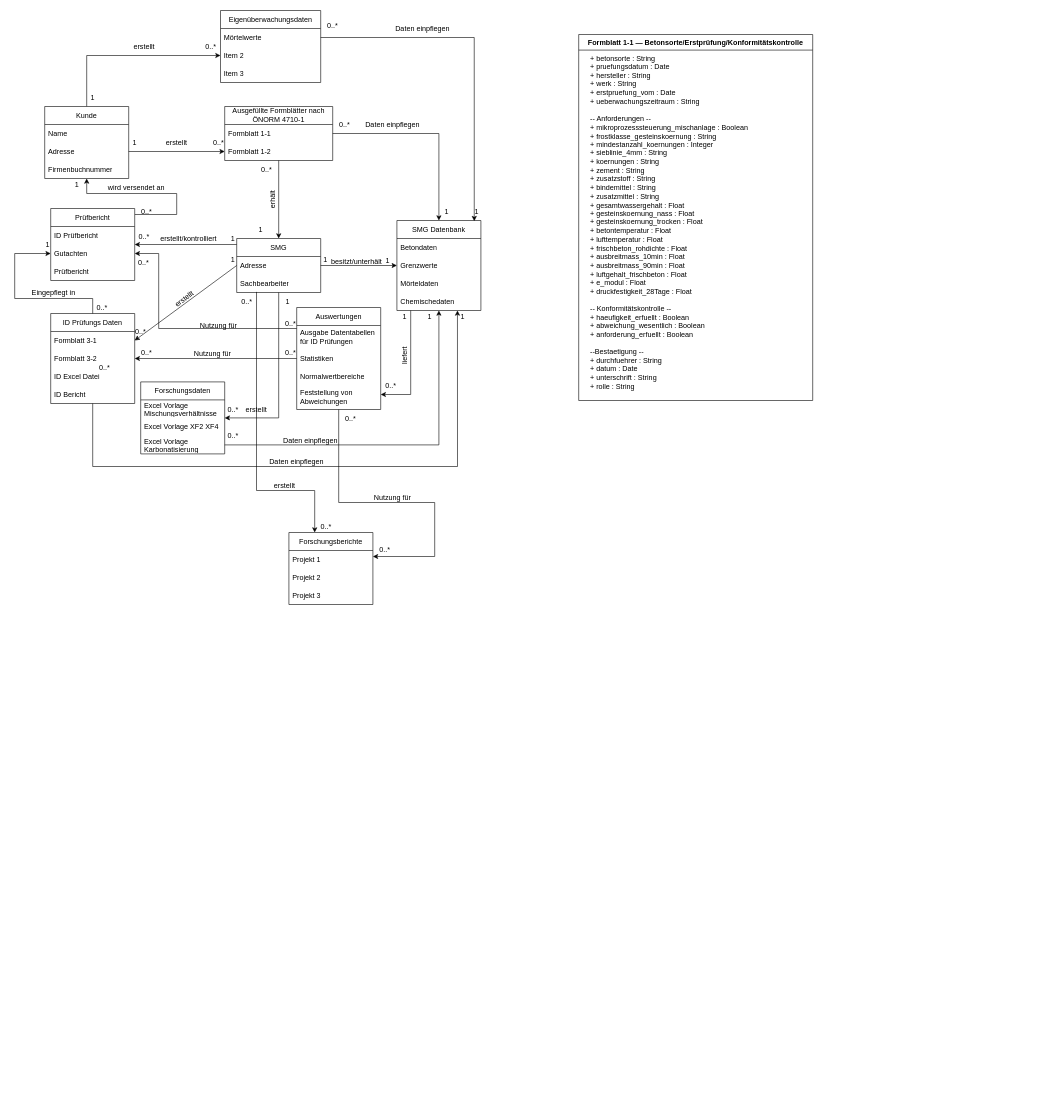
The draw.io diagram Unbenanntes Diagramm.drawio in TManninger-smg/Datenmodellierung, before the edit. Source tidied: cells renumbered, new cells numbered last; positions are measured from the earlier drawing's top-left corner, leaving out a move shared by most shapes. Both pictures are drawn from the tidied source at 60%, with x=0, y=0 at pixel (14, 10).
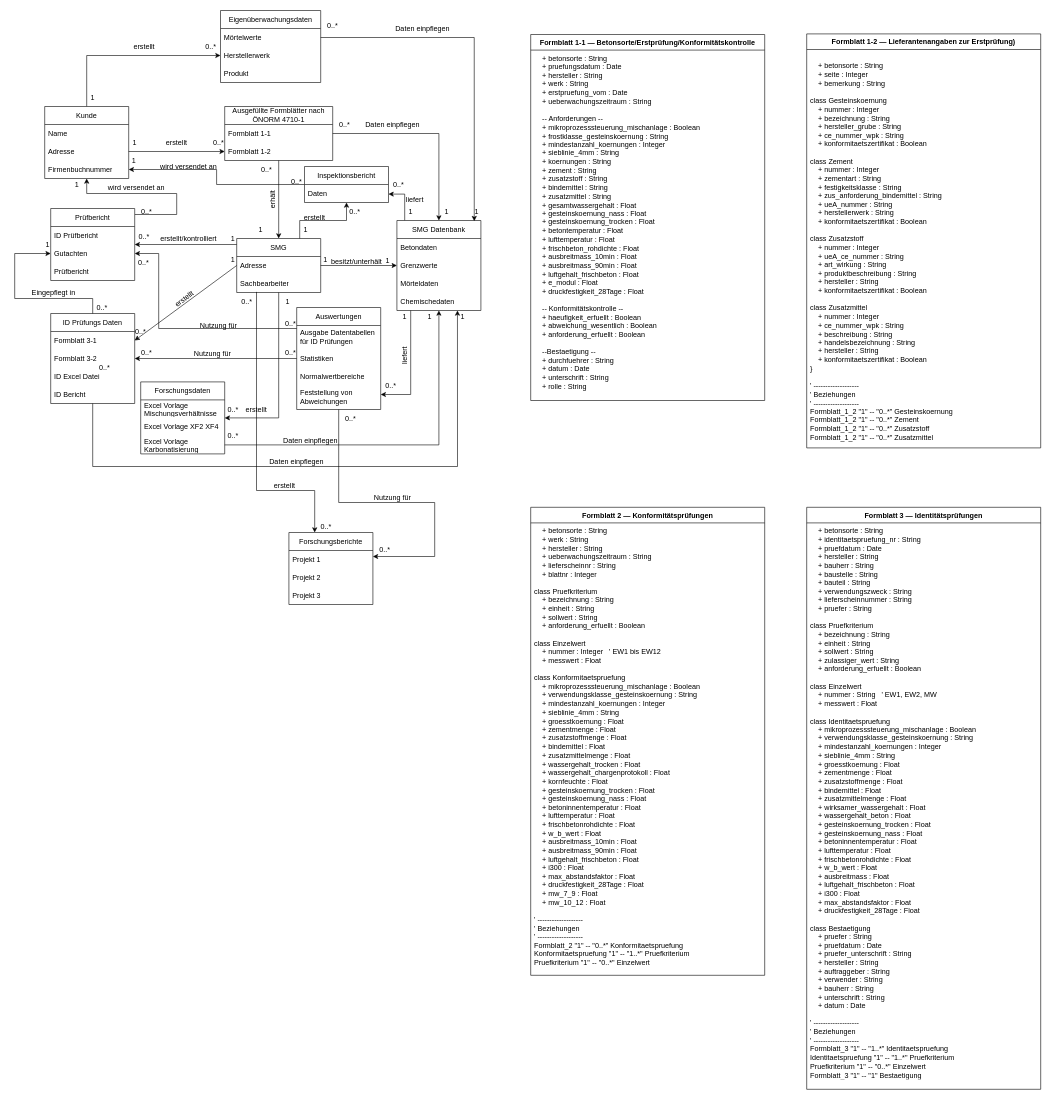
The same page after the edit.

Commit message:
Datenmodellierung_SMG

The change refers to these unchanged cells:
```xml
<mxCell id="6" value="Firmenbuchnummer" style="text;strokeColor=none;fillColor=none;align=left;verticalAlign=middle;spacingLeft=4;spacingRight=4;overflow=hidden;points=[[0,0.5],[1,0.5]];portConstraint=eastwest;whiteSpace=wrap;html=1;" parent="3" vertex="1">
  <mxGeometry y="90" width="140" height="30" as="geometry" />
</mxCell>
<mxCell id="13" value="SMG" style="swimlane;fontStyle=0;horizontal=1;startSize=30;whiteSpace=wrap;html=1;" parent="1" vertex="1">
  <mxGeometry x="370" y="380" width="140" height="90" as="geometry" />
</mxCell>
<mxCell id="35" value="SMG Datenbank" style="swimlane;fontStyle=0;horizontal=1;startSize=30;whiteSpace=wrap;html=1;" parent="1" vertex="1">
  <mxGeometry x="637" y="350" width="140" height="150" as="geometry" />
</mxCell>
<mxCell id="106" value="Eigenüberwachungsdaten" style="swimlane;fontStyle=0;horizontal=1;startSize=30;whiteSpace=wrap;html=1;" parent="1" vertex="1">
  <mxGeometry x="343" width="167" height="120" as="geometry" />
</mxCell>
```

Change to the diagram source:
```diff
@@
+    <mxCell id="117" style="edgeStyle=orthogonalEdgeStyle;rounded=0;jettySize=auto;html=1;" parent="1" edge="1" source="35" target="120">
+      <mxGeometry relative="1" as="geometry">
+        <Array as="points">
+          <mxPoint x="650" y="306" />
+        </Array>
+      </mxGeometry>
+    </mxCell>
@@
+    <mxCell id="118" style="edgeStyle=orthogonalEdgeStyle;rounded=0;jettySize=auto;html=1;exitX=0.75;exitY=0;exitDx=0;exitDy=0;" parent="1" edge="1" source="13" target="120">
+      <mxGeometry relative="1" as="geometry" />
+    </mxCell>
@@
     <mxCell id="83" value="Formblatt 1-1&amp;nbsp;― Betonsorte/Erstprüfung/Konformitätskontrolle" style="swimlane;fontStyle=1;align=center;verticalAlign=top;horizontal=1;startSize=26;whiteSpace=wrap;html=1;" parent="1" vertex="1">
-      <mxGeometry x="940" y="40" width="390" height="610" as="geometry" />
+      <mxGeometry x="860" y="40" width="390" height="610" as="geometry" />
     </mxCell>
@@
-    <mxCell id="108" value="Item 2" style="text;strokeColor=none;fillColor=none;align=left;verticalAlign=middle;spacingLeft=4;spacingRight=4;overflow=hidden;points=[[0,0.5],[1,0.5]];portConstraint=eastwest;whiteSpace=wrap;html=1;" parent="106" vertex="1">
+    <mxCell id="108" value="Herstellerwerk" style="text;strokeColor=none;fillColor=none;align=left;verticalAlign=middle;spacingLeft=4;spacingRight=4;overflow=hidden;points=[[0,0.5],[1,0.5]];portConstraint=eastwest;whiteSpace=wrap;html=1;" parent="106" vertex="1">
       <mxGeometry y="60" width="167" height="30" as="geometry" />
     </mxCell>
-    <mxCell id="109" value="Item 3" style="text;strokeColor=none;fillColor=none;align=left;verticalAlign=middle;spacingLeft=4;spacingRight=4;overflow=hidden;whiteSpace=wrap;html=1;" parent="106" vertex="1">
+    <mxCell id="109" value="Produkt" style="text;strokeColor=none;fillColor=none;align=left;verticalAlign=middle;spacingLeft=4;spacingRight=4;overflow=hidden;whiteSpace=wrap;html=1;" parent="106" vertex="1">
       <mxGeometry y="90" width="167" height="30" as="geometry" />
     </mxCell>
@@
+    <mxCell id="119" style="edgeStyle=orthogonalEdgeStyle;rounded=0;jettySize=auto;html=1;" parent="1" edge="1" source="120" target="6">
+      <mxGeometry relative="1" as="geometry" />
+    </mxCell>
+    <mxCell id="120" value="Inspektionsbericht" style="swimlane;fontStyle=0;horizontal=1;startSize=30;whiteSpace=wrap;html=1;" parent="1" vertex="1">
+      <mxGeometry x="483" y="260" width="140" height="60" as="geometry" />
+    </mxCell>
+    <mxCell id="121" value="Daten" style="text;strokeColor=none;fillColor=none;align=left;verticalAlign=middle;spacingLeft=4;spacingRight=4;overflow=hidden;whiteSpace=wrap;html=1;" parent="120" vertex="1">
+      <mxGeometry y="30" width="140" height="30" as="geometry" />
+    </mxCell>
+    <mxCell id="122" value="erstellt" style="text;html=1;align=center;verticalAlign=middle;whiteSpace=wrap;rounded=0;" parent="1" vertex="1">
+      <mxGeometry x="470" y="330" width="60" height="30" as="geometry" />
+    </mxCell>
+    <mxCell id="123" value="liefert" style="text;html=1;align=center;verticalAlign=middle;whiteSpace=wrap;rounded=0;" parent="1" vertex="1">
+      <mxGeometry x="637" y="300" width="60" height="30" as="geometry" />
+    </mxCell>
+    <mxCell id="124" value="1" style="text;html=1;align=center;verticalAlign=middle;whiteSpace=wrap;rounded=0;" parent="1" vertex="1">
+      <mxGeometry x="630" y="320" width="60" height="30" as="geometry" />
+    </mxCell>
+    <mxCell id="125" value="1" style="text;html=1;align=center;verticalAlign=middle;whiteSpace=wrap;rounded=0;" parent="1" vertex="1">
+      <mxGeometry x="450" y="350" width="70" height="30" as="geometry" />
+    </mxCell>
+    <mxCell id="126" value="0..*" style="text;html=1;align=center;verticalAlign=middle;whiteSpace=wrap;rounded=0;" parent="1" vertex="1">
+      <mxGeometry x="610" y="275" width="60" height="30" as="geometry" />
+    </mxCell>
+    <mxCell id="127" value="0..*" style="text;html=1;align=center;verticalAlign=middle;whiteSpace=wrap;rounded=0;" parent="1" vertex="1">
+      <mxGeometry x="537" y="320" width="60" height="30" as="geometry" />
+    </mxCell>
+    <mxCell id="128" value="wird versendet an" style="text;html=1;align=center;verticalAlign=middle;whiteSpace=wrap;rounded=0;" parent="1" vertex="1">
+      <mxGeometry x="233" y="245" width="114" height="30" as="geometry" />
+    </mxCell>
+    <mxCell id="129" value="0..*" style="text;html=1;align=center;verticalAlign=middle;whiteSpace=wrap;rounded=0;" parent="1" vertex="1">
+      <mxGeometry x="440" y="270" width="60" height="30" as="geometry" />
+    </mxCell>
+    <mxCell id="130" value="1" style="text;html=1;align=center;verticalAlign=middle;whiteSpace=wrap;rounded=0;" parent="1" vertex="1">
+      <mxGeometry x="169" y="235" width="60" height="30" as="geometry" />
+    </mxCell>
+    <mxCell id="131" value="Formblatt 1-2 — Lieferantenangaben zur Erstprüfung)" style="swimlane;fontStyle=1;align=center;verticalAlign=top;horizontal=1;startSize=26;whiteSpace=wrap;html=1;" parent="1" vertex="1">
+      <mxGeometry x="1320" y="39" width="390" height="690" as="geometry" />
+    </mxCell>
+    <mxCell id="132" value="&lt;div&gt;&lt;div&gt;&lt;br&gt;&lt;/div&gt;&lt;div&gt;&amp;nbsp; &amp;nbsp; + betonsorte : String&lt;/div&gt;&lt;div&gt;&amp;nbsp; &amp;nbsp; + seite : Integer&lt;/div&gt;&lt;div&gt;&amp;nbsp; &amp;nbsp; + bemerkung : String&lt;/div&gt;&lt;div&gt;&lt;br&gt;&lt;/div&gt;&lt;div&gt;class Gesteinskoernung&amp;nbsp;&lt;/div&gt;&lt;div&gt;&amp;nbsp; &amp;nbsp; + nummer : Integer&lt;/div&gt;&lt;div&gt;&amp;nbsp; &amp;nbsp; + bezeichnung : String&lt;/div&gt;&lt;div&gt;&amp;nbsp; &amp;nbsp; + hersteller_grube : String&lt;/div&gt;&lt;div&gt;&amp;nbsp; &amp;nbsp; + ce_nummer_wpk : String&lt;/div&gt;&lt;div&gt;&amp;nbsp; &amp;nbsp; + konformitaetszertifikat : Boolean&lt;/div&gt;&lt;div&gt;&lt;br&gt;&lt;/div&gt;&lt;div&gt;class Zement&amp;nbsp;&lt;/div&gt;&lt;div&gt;&amp;nbsp; &amp;nbsp; + nummer : Integer&lt;/div&gt;&lt;div&gt;&amp;nbsp; &amp;nbsp; + zementart : String&lt;/div&gt;&lt;div&gt;&amp;nbsp; &amp;nbsp; + festigkeitsklasse : String&lt;/div&gt;&lt;div&gt;&amp;nbsp; &amp;nbsp; + zus_anforderung_bindemittel : String&lt;/div&gt;&lt;div&gt;&amp;nbsp; &amp;nbsp; + ueA_nummer : String&lt;/div&gt;&lt;div&gt;&amp;nbsp; &amp;nbsp; + herstellerwerk : String&lt;/div&gt;&lt;div&gt;&amp;nbsp; &amp;nbsp; + konformitaetszertifikat : Boolean&lt;/div&gt;&lt;div&gt;&lt;br&gt;&lt;/div&gt;&lt;div&gt;class Zusatzstoff&amp;nbsp;&lt;/div&gt;&lt;div&gt;&amp;nbsp; &amp;nbsp; + nummer : Integer&lt;/div&gt;&lt;div&gt;&amp;nbsp; &amp;nbsp; + ueA_ce_nummer : String&lt;/div&gt;&lt;div&gt;&amp;nbsp; &amp;nbsp; + art_wirkung : String&lt;/div&gt;&lt;div&gt;&amp;nbsp; &amp;nbsp; + produktbeschreibung : String&lt;/div&gt;&lt;div&gt;&amp;nbsp; &amp;nbsp; + hersteller : String&lt;/div&gt;&lt;div&gt;&amp;nbsp; &amp;nbsp; + konformitaetszertifikat : Boolean&lt;/div&gt;&lt;div&gt;&lt;br&gt;&lt;/div&gt;&lt;div&gt;class Zusatzmittel&amp;nbsp;&lt;/div&gt;&lt;div&gt;&amp;nbsp; &amp;nbsp; + nummer : Integer&lt;/div&gt;&lt;div&gt;&amp;nbsp; &amp;nbsp; + ce_nummer_wpk : String&lt;/div&gt;&lt;div&gt;&amp;nbsp; &amp;nbsp; + beschreibung : String&lt;/div&gt;&lt;div&gt;&amp;nbsp; &amp;nbsp; + handelsbezeichnung : String&lt;/div&gt;&lt;div&gt;&amp;nbsp; &amp;nbsp; + hersteller : String&lt;/div&gt;&lt;div&gt;&amp;nbsp; &amp;nbsp; + konformitaetszertifikat : Boolean&lt;/div&gt;&lt;div&gt;}&lt;/div&gt;&lt;div&gt;&lt;br&gt;&lt;/div&gt;&lt;div&gt;' -------------------&lt;/div&gt;&lt;div&gt;' Beziehungen&lt;/div&gt;&lt;div&gt;' -------------------&lt;/div&gt;&lt;div&gt;Formblatt_1_2 &quot;1&quot; -- &quot;0..*&quot; Gesteinskoernung&lt;/div&gt;&lt;div&gt;Formblatt_1_2 &quot;1&quot; -- &quot;0..*&quot; Zement&lt;/div&gt;&lt;div&gt;Formblatt_1_2 &quot;1&quot; -- &quot;0..*&quot; Zusatzstoff&lt;/div&gt;&lt;div&gt;Formblatt_1_2 &quot;1&quot; -- &quot;0..*&quot; Zusatzmittel&lt;/div&gt;&lt;/div&gt;&lt;div&gt;&lt;br&gt;&lt;/div&gt;" style="text;strokeColor=none;fillColor=none;align=left;verticalAlign=top;spacingLeft=4;spacingRight=4;overflow=hidden;whiteSpace=wrap;html=1;" parent="131" vertex="1">
+      <mxGeometry y="26" width="390" height="664" as="geometry" />
+    </mxCell>
+    <mxCell id="133" value="Formblatt 2 — Konformitätsprüfungen" style="swimlane;fontStyle=1;align=center;verticalAlign=top;horizontal=1;startSize=26;whiteSpace=wrap;html=1;" parent="1" vertex="1">
+      <mxGeometry x="860" y="828" width="390" height="780" as="geometry" />
+    </mxCell>
+    <mxCell id="134" value="&lt;div&gt;&lt;div&gt;&amp;nbsp; &amp;nbsp; + betonsorte : String&lt;/div&gt;&lt;div&gt;&amp;nbsp; &amp;nbsp; + werk : String&lt;/div&gt;&lt;div&gt;&amp;nbsp; &amp;nbsp; + hersteller : String&lt;/div&gt;&lt;div&gt;&amp;nbsp; &amp;nbsp; + ueberwachungszeitraum : String&lt;/div&gt;&lt;div&gt;&amp;nbsp; &amp;nbsp; + lieferscheinnr : String&lt;/div&gt;&lt;div&gt;&amp;nbsp; &amp;nbsp; + blattnr : Integer&lt;/div&gt;&lt;div&gt;&lt;br&gt;&lt;/div&gt;&lt;div&gt;class Pruefkriterium&amp;nbsp;&lt;/div&gt;&lt;div&gt;&amp;nbsp; &amp;nbsp; + bezeichnung : String&lt;/div&gt;&lt;div&gt;&amp;nbsp; &amp;nbsp; + einheit : String&lt;/div&gt;&lt;div&gt;&amp;nbsp; &amp;nbsp; + sollwert : String&lt;/div&gt;&lt;div&gt;&amp;nbsp; &amp;nbsp; + anforderung_erfuellt : Boolean&lt;/div&gt;&lt;div&gt;&lt;br&gt;&lt;/div&gt;&lt;div&gt;class Einzelwert&amp;nbsp;&lt;/div&gt;&lt;div&gt;&amp;nbsp; &amp;nbsp; + nummer : Integer&amp;nbsp; &amp;nbsp;' EW1 bis EW12&lt;/div&gt;&lt;div&gt;&amp;nbsp; &amp;nbsp; + messwert : Float&lt;/div&gt;&lt;div&gt;&lt;br&gt;&lt;/div&gt;&lt;div&gt;class Konformitaetspruefung&amp;nbsp;&lt;/div&gt;&lt;div&gt;&amp;nbsp; &amp;nbsp; + mikroprozesssteuerung_mischanlage : Boolean&lt;/div&gt;&lt;div&gt;&amp;nbsp; &amp;nbsp; + verwendungsklasse_gesteinskoernung : String&lt;/div&gt;&lt;div&gt;&amp;nbsp; &amp;nbsp; + mindestanzahl_koernungen : Integer&lt;/div&gt;&lt;div&gt;&amp;nbsp; &amp;nbsp; + sieblinie_4mm : String&lt;/div&gt;&lt;div&gt;&amp;nbsp; &amp;nbsp; + groesstkoernung : Float&lt;/div&gt;&lt;div&gt;&amp;nbsp; &amp;nbsp; + zementmenge : Float&lt;/div&gt;&lt;div&gt;&amp;nbsp; &amp;nbsp; + zusatzstoffmenge : Float&lt;/div&gt;&lt;div&gt;&amp;nbsp; &amp;nbsp; + bindemittel : Float&lt;/div&gt;&lt;div&gt;&amp;nbsp; &amp;nbsp; + zusatzmittelmenge : Float&lt;/div&gt;&lt;div&gt;&amp;nbsp; &amp;nbsp; + wassergehalt_trocken : Float&lt;/div&gt;&lt;div&gt;&amp;nbsp; &amp;nbsp; + wassergehalt_chargenprotokoll : Float&lt;/div&gt;&lt;div&gt;&amp;nbsp; &amp;nbsp; + kornfeuchte : Float&lt;/div&gt;&lt;div&gt;&amp;nbsp; &amp;nbsp; + gesteinskoernung_trocken : Float&lt;/div&gt;&lt;div&gt;&amp;nbsp; &amp;nbsp; + gesteinskoernung_nass : Float&lt;/div&gt;&lt;div&gt;&amp;nbsp; &amp;nbsp; + betoninnentemperatur : Float&lt;/div&gt;&lt;div&gt;&amp;nbsp; &amp;nbsp; + lufttemperatur : Float&lt;/div&gt;&lt;div&gt;&amp;nbsp; &amp;nbsp; + frischbetonrohdichte : Float&lt;/div&gt;&lt;div&gt;&amp;nbsp; &amp;nbsp; + w_b_wert : Float&lt;/div&gt;&lt;div&gt;&amp;nbsp; &amp;nbsp; + ausbreitmass_10min : Float&lt;/div&gt;&lt;div&gt;&amp;nbsp; &amp;nbsp; + ausbreitmass_90min : Float&lt;/div&gt;&lt;div&gt;&amp;nbsp; &amp;nbsp; + luftgehalt_frischbeton : Float&lt;/div&gt;&lt;div&gt;&amp;nbsp; &amp;nbsp; + i300 : Float&lt;/div&gt;&lt;div&gt;&amp;nbsp; &amp;nbsp; + max_abstandsfaktor : Float&lt;/div&gt;&lt;div&gt;&amp;nbsp; &amp;nbsp; + druckfestigkeit_28Tage : Float&lt;/div&gt;&lt;div&gt;&amp;nbsp; &amp;nbsp; + mw_7_9 : Float&lt;/div&gt;&lt;div&gt;&amp;nbsp; &amp;nbsp; + mw_10_12 : Float&lt;/div&gt;&lt;div&gt;&lt;br&gt;&lt;/div&gt;&lt;div&gt;' -------------------&lt;/div&gt;&lt;div&gt;' Beziehungen&lt;/div&gt;&lt;div&gt;' -------------------&lt;/div&gt;&lt;div&gt;Formblatt_2 &quot;1&quot; -- &quot;0..*&quot; Konformitaetspruefung&lt;/div&gt;&lt;div&gt;Konformitaetspruefung &quot;1&quot; -- &quot;1..*&quot; Pruefkriterium&lt;/div&gt;&lt;div&gt;Pruefkriterium &quot;1&quot; -- &quot;0..*&quot; Einzelwert&lt;/div&gt;&lt;/div&gt;&lt;div&gt;&lt;br&gt;&lt;/div&gt;" style="text;strokeColor=none;fillColor=none;align=left;verticalAlign=top;spacingLeft=4;spacingRight=4;overflow=hidden;whiteSpace=wrap;html=1;" parent="133" vertex="1">
+      <mxGeometry y="26" width="390" height="754" as="geometry" />
+    </mxCell>
+    <mxCell id="135" value="Formblatt 3 — Identitätsprüfungen" style="swimlane;fontStyle=1;align=center;verticalAlign=top;horizontal=1;startSize=26;whiteSpace=wrap;html=1;" parent="1" vertex="1">
+      <mxGeometry x="1320" y="828" width="390" height="970" as="geometry" />
+    </mxCell>
+    <mxCell id="136" value="&lt;div&gt;&amp;nbsp; &amp;nbsp; + betonsorte : String&lt;/div&gt;&lt;div&gt;&amp;nbsp; &amp;nbsp; + identitaetspruefung_nr : String&lt;/div&gt;&lt;div&gt;&amp;nbsp; &amp;nbsp; + pruefdatum : Date&lt;/div&gt;&lt;div&gt;&amp;nbsp; &amp;nbsp; + hersteller : String&lt;/div&gt;&lt;div&gt;&amp;nbsp; &amp;nbsp; + bauherr : String&lt;/div&gt;&lt;div&gt;&amp;nbsp; &amp;nbsp; + baustelle : String&lt;/div&gt;&lt;div&gt;&amp;nbsp; &amp;nbsp; + bauteil : String&lt;/div&gt;&lt;div&gt;&amp;nbsp; &amp;nbsp; + verwendungszweck : String&lt;/div&gt;&lt;div&gt;&amp;nbsp; &amp;nbsp; + lieferscheinnummer : String&lt;/div&gt;&lt;div&gt;&amp;nbsp; &amp;nbsp; + pruefer : String&lt;/div&gt;&lt;div&gt;&lt;br&gt;&lt;/div&gt;&lt;div&gt;class Pruefkriterium&amp;nbsp;&lt;/div&gt;&lt;div&gt;&lt;span style=&quot;background-color: transparent; color: light-dark(rgb(0, 0, 0), rgb(255, 255, 255));&quot;&gt;&amp;nbsp; &amp;nbsp; + bezeichnung : String&lt;/span&gt;&lt;/div&gt;&lt;div&gt;&amp;nbsp; &amp;nbsp; + einheit : String&lt;/div&gt;&lt;div&gt;&amp;nbsp; &amp;nbsp; + sollwert : String&lt;/div&gt;&lt;div&gt;&amp;nbsp; &amp;nbsp; + zulassiger_wert : String&lt;/div&gt;&lt;div&gt;&amp;nbsp; &amp;nbsp; + anforderung_erfuellt : Boolean&lt;/div&gt;&lt;div&gt;&lt;br&gt;&lt;/div&gt;&lt;div&gt;class Einzelwert&amp;nbsp;&lt;/div&gt;&lt;div&gt;&lt;span style=&quot;background-color: transparent; color: light-dark(rgb(0, 0, 0), rgb(255, 255, 255));&quot;&gt;&amp;nbsp; &amp;nbsp; + nummer : String&amp;nbsp; &amp;nbsp;' EW1, EW2, MW&lt;/span&gt;&lt;/div&gt;&lt;div&gt;&amp;nbsp; &amp;nbsp; + messwert : Float&lt;/div&gt;&lt;div&gt;&lt;br&gt;&lt;/div&gt;&lt;div&gt;class Identitaetspruefung&amp;nbsp;&lt;/div&gt;&lt;div&gt;&amp;nbsp; &amp;nbsp; + mikroprozesssteuerung_mischanlage : Boolean&lt;/div&gt;&lt;div&gt;&amp;nbsp; &amp;nbsp; + verwendungsklasse_gesteinskoernung : String&lt;/div&gt;&lt;div&gt;&amp;nbsp; &amp;nbsp; + mindestanzahl_koernungen : Integer&lt;/div&gt;&lt;div&gt;&amp;nbsp; &amp;nbsp; + sieblinie_4mm : String&lt;/div&gt;&lt;div&gt;&amp;nbsp; &amp;nbsp; + groesstkoernung : Float&lt;/div&gt;&lt;div&gt;&amp;nbsp; &amp;nbsp; + zementmenge : Float&lt;/div&gt;&lt;div&gt;&amp;nbsp; &amp;nbsp; + zusatzstoffmenge : Float&lt;/div&gt;&lt;div&gt;&amp;nbsp; &amp;nbsp; + bindemittel : Float&lt;/div&gt;&lt;div&gt;&amp;nbsp; &amp;nbsp; + zusatzmittelmenge : Float&lt;/div&gt;&lt;div&gt;&amp;nbsp; &amp;nbsp; + wirksamer_wassergehalt : Float&lt;/div&gt;&lt;div&gt;&amp;nbsp; &amp;nbsp; + wassergehalt_beton : Float&lt;/div&gt;&lt;div&gt;&amp;nbsp; &amp;nbsp; + gesteinskoernung_trocken : Float&lt;/div&gt;&lt;div&gt;&amp;nbsp; &amp;nbsp; + gesteinskoernung_nass : Float&lt;/div&gt;&lt;div&gt;&amp;nbsp; &amp;nbsp; + betoninnentemperatur : Float&lt;/div&gt;&lt;div&gt;&amp;nbsp; &amp;nbsp; + lufttemperatur : Float&lt;/div&gt;&lt;div&gt;&amp;nbsp; &amp;nbsp; + frischbetonrohdichte : Float&lt;/div&gt;&lt;div&gt;&amp;nbsp; &amp;nbsp; + w_b_wert : Float&lt;/div&gt;&lt;div&gt;&amp;nbsp; &amp;nbsp; + ausbreitmass : Float&lt;/div&gt;&lt;div&gt;&amp;nbsp; &amp;nbsp; + luftgehalt_frischbeton : Float&lt;/div&gt;&lt;div&gt;&amp;nbsp; &amp;nbsp; + i300 : Float&lt;/div&gt;&lt;div&gt;&amp;nbsp; &amp;nbsp; + max_abstandsfaktor : Float&lt;/div&gt;&lt;div&gt;&amp;nbsp; &amp;nbsp; + druckfestigkeit_28Tage : Float&lt;/div&gt;&lt;div&gt;&lt;br&gt;&lt;/div&gt;&lt;div&gt;class Bestaetigung&amp;nbsp;&lt;/div&gt;&lt;div&gt;&amp;nbsp; &amp;nbsp; + pruefer : String&lt;/div&gt;&lt;div&gt;&amp;nbsp; &amp;nbsp; + pruefdatum : Date&lt;/div&gt;&lt;div&gt;&amp;nbsp; &amp;nbsp; + pruefer_unterschrift : String&lt;/div&gt;&lt;div&gt;&amp;nbsp; &amp;nbsp; + hersteller : String&lt;/div&gt;&lt;div&gt;&amp;nbsp; &amp;nbsp; + auftraggeber : String&lt;/div&gt;&lt;div&gt;&amp;nbsp; &amp;nbsp; + verwender : String&lt;/div&gt;&lt;div&gt;&amp;nbsp; &amp;nbsp; + bauherr : String&lt;/div&gt;&lt;div&gt;&amp;nbsp; &amp;nbsp; + unterschrift : String&lt;/div&gt;&lt;div&gt;&amp;nbsp; &amp;nbsp; + datum : Date&lt;/div&gt;&lt;div&gt;&lt;br&gt;&lt;/div&gt;&lt;div&gt;' -------------------&lt;/div&gt;&lt;div&gt;' Beziehungen&lt;/div&gt;&lt;div&gt;' -------------------&lt;/div&gt;&lt;div&gt;Formblatt_3 &quot;1&quot; -- &quot;1..*&quot; Identitaetspruefung&lt;/div&gt;&lt;div&gt;Identitaetspruefung &quot;1&quot; -- &quot;1..*&quot; Pruefkriterium&lt;/div&gt;&lt;div&gt;Pruefkriterium &quot;1&quot; -- &quot;0..*&quot; Einzelwert&lt;/div&gt;&lt;div&gt;Formblatt_3 &quot;1&quot; -- &quot;1&quot; Bestaetigung&lt;/div&gt;" style="text;strokeColor=none;fillColor=none;align=left;verticalAlign=top;spacingLeft=4;spacingRight=4;overflow=hidden;whiteSpace=wrap;html=1;" parent="135" vertex="1">
+      <mxGeometry y="26" width="390" height="944" as="geometry" />
+    </mxCell>
```
